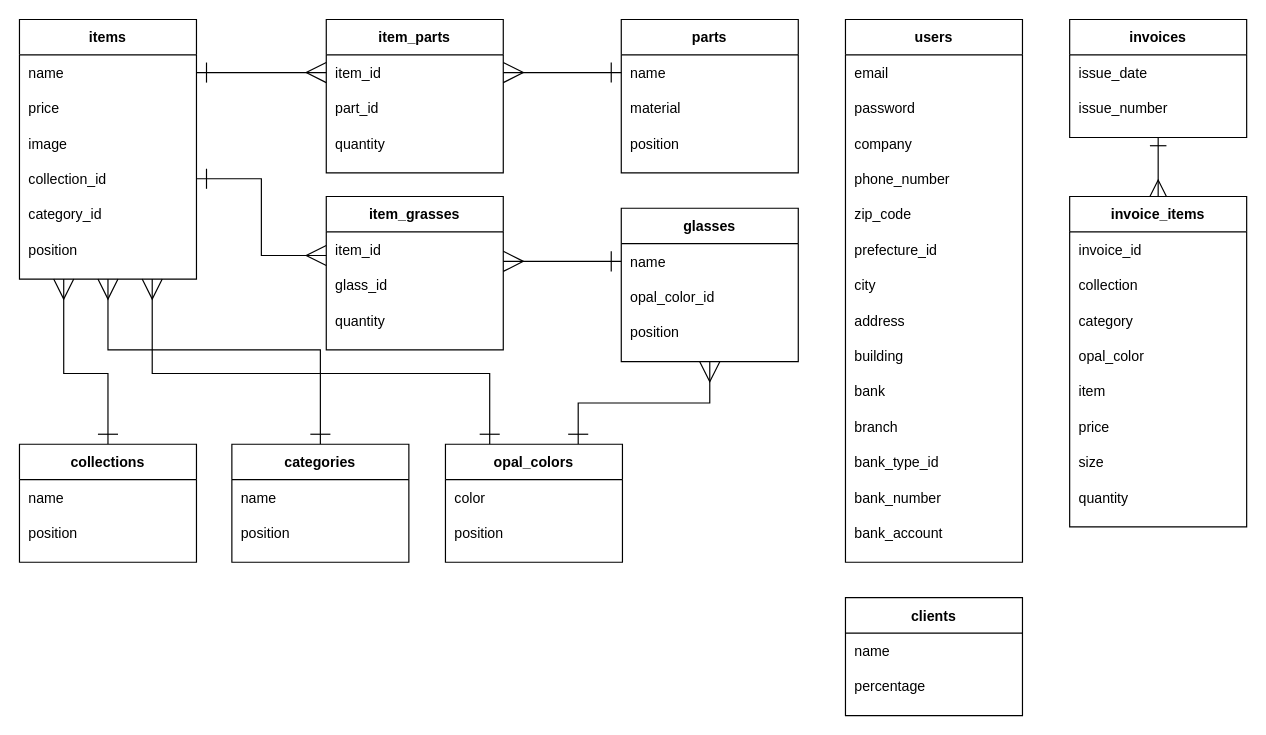
The draw.io diagram ER.dio in KentaroKageyama/aio_app, before the edit. Source tidied: cells renumbered, new cells numbered last; positions are measured from the earlier drawing's top-left corner, leaving out a move shared by most shapes. Both pictures are drawn from the tidied source at 118%, with x=0, y=0 at pixel (19, 19).
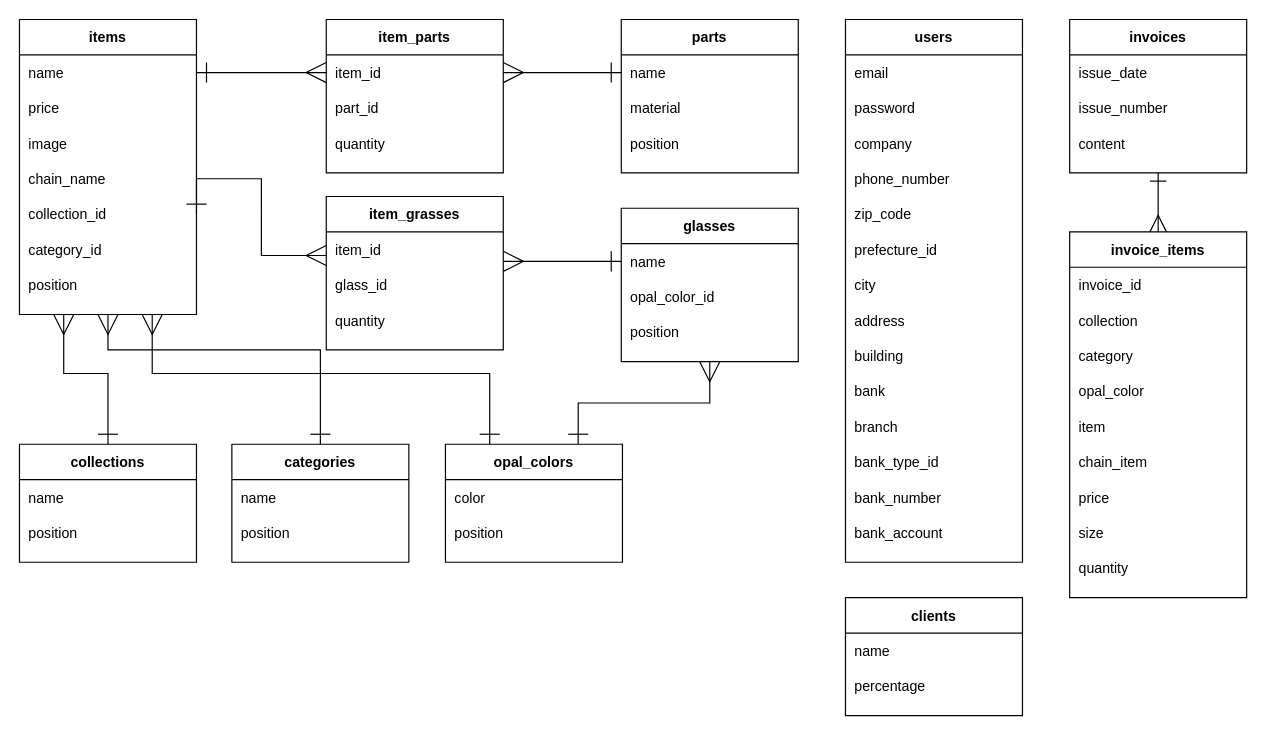
The same page after the edit.

Commit message (it also covers changes not shown here):
item, invoiceカラム追加

Change to the diagram source:
```diff
@@
     <mxCell id="5" value="items" style="shape=table;startSize=30;childLayout=tableLayout;rowLines=0;fontStyle=1;align=center;" parent="1" vertex="1">
-      <mxGeometry width="150" height="220" as="geometry" />
+      <mxGeometry width="150" height="250" as="geometry" />
     </mxCell>
@@
+    <mxCell id="123" style="shape=partialRectangle;fillColor=none;top=0;left=0;bottom=0;right=0;" parent="5" vertex="1">
+      <mxGeometry y="120" width="150" height="30" as="geometry" />
+    </mxCell>
+    <mxCell id="124" value="chain_name" style="shape=partialRectangle;fillColor=none;top=0;left=0;bottom=0;right=0;align=left;spacingLeft=6;overflow=hidden;" parent="123" vertex="1">
+      <mxGeometry width="150" height="30" as="geometry" />
+    </mxCell>
     <mxCell id="12" style="shape=partialRectangle;fillColor=none;top=0;left=0;bottom=0;right=0;points=[[0,0.5],[1,0.5]];portConstraint=eastwest;" parent="5" vertex="1">
-      <mxGeometry y="120" width="150" height="30" as="geometry" />
+      <mxGeometry y="150" width="150" height="30" as="geometry" />
     </mxCell>
@@
     <mxCell id="14" style="shape=partialRectangle;fillColor=none;top=0;left=0;bottom=0;right=0;" parent="5" vertex="1">
-      <mxGeometry y="150" width="150" height="30" as="geometry" />
+      <mxGeometry y="180" width="150" height="30" as="geometry" />
     </mxCell>
@@
     <mxCell id="16" style="shape=partialRectangle;fillColor=none;top=0;left=0;bottom=0;right=0;" parent="5" vertex="1">
-      <mxGeometry y="180" width="150" height="30" as="geometry" />
+      <mxGeometry y="210" width="150" height="30" as="geometry" />
     </mxCell>
@@
     <mxCell id="100" value="invoices" style="shape=table;startSize=30;childLayout=tableLayout;rowLines=0;fontStyle=1;align=center;" parent="1" vertex="1">
-      <mxGeometry x="890" width="150" height="100" as="geometry" />
+      <mxGeometry x="890" width="150" height="130" as="geometry" />
     </mxCell>
@@
+    <mxCell id="125" style="shape=partialRectangle;fillColor=none;top=0;left=0;bottom=0;right=0;" parent="100" vertex="1">
+      <mxGeometry y="90" width="150" height="30" as="geometry" />
+    </mxCell>
+    <mxCell id="126" value="content" style="shape=partialRectangle;fillColor=none;top=0;left=0;bottom=0;right=0;align=left;spacingLeft=6;overflow=hidden;" parent="125" vertex="1">
+      <mxGeometry width="150" height="30" as="geometry" />
+    </mxCell>
     <mxCell id="105" value="invoice_items" style="shape=table;startSize=30;childLayout=tableLayout;rowLines=0;fontStyle=1;align=center;" parent="1" vertex="1">
-      <mxGeometry x="890" y="150" width="150" height="280" as="geometry" />
+      <mxGeometry x="890" y="180" width="150" height="310" as="geometry" />
     </mxCell>
@@
+    <mxCell id="127" style="shape=partialRectangle;fillColor=none;top=0;left=0;bottom=0;right=0;" parent="105" vertex="1">
+      <mxGeometry y="180" width="150" height="30" as="geometry" />
+    </mxCell>
+    <mxCell id="128" value="chain_item" style="shape=partialRectangle;fillColor=none;top=0;left=0;bottom=0;right=0;align=left;spacingLeft=6;overflow=hidden;" parent="127" vertex="1">
+      <mxGeometry width="150" height="30" as="geometry" />
+    </mxCell>
     <mxCell id="116" style="shape=partialRectangle;fillColor=none;top=0;left=0;bottom=0;right=0;" parent="105" vertex="1">
-      <mxGeometry y="180" width="150" height="30" as="geometry" />
+      <mxGeometry y="210" width="150" height="30" as="geometry" />
     </mxCell>
@@
     <mxCell id="118" style="shape=partialRectangle;fillColor=none;top=0;left=0;bottom=0;right=0;" parent="105" vertex="1">
-      <mxGeometry y="210" width="150" height="30" as="geometry" />
+      <mxGeometry y="240" width="150" height="30" as="geometry" />
     </mxCell>
@@
     <mxCell id="120" style="shape=partialRectangle;fillColor=none;top=0;left=0;bottom=0;right=0;" parent="105" vertex="1">
-      <mxGeometry y="240" width="150" height="30" as="geometry" />
+      <mxGeometry y="270" width="150" height="30" as="geometry" />
     </mxCell>
```
